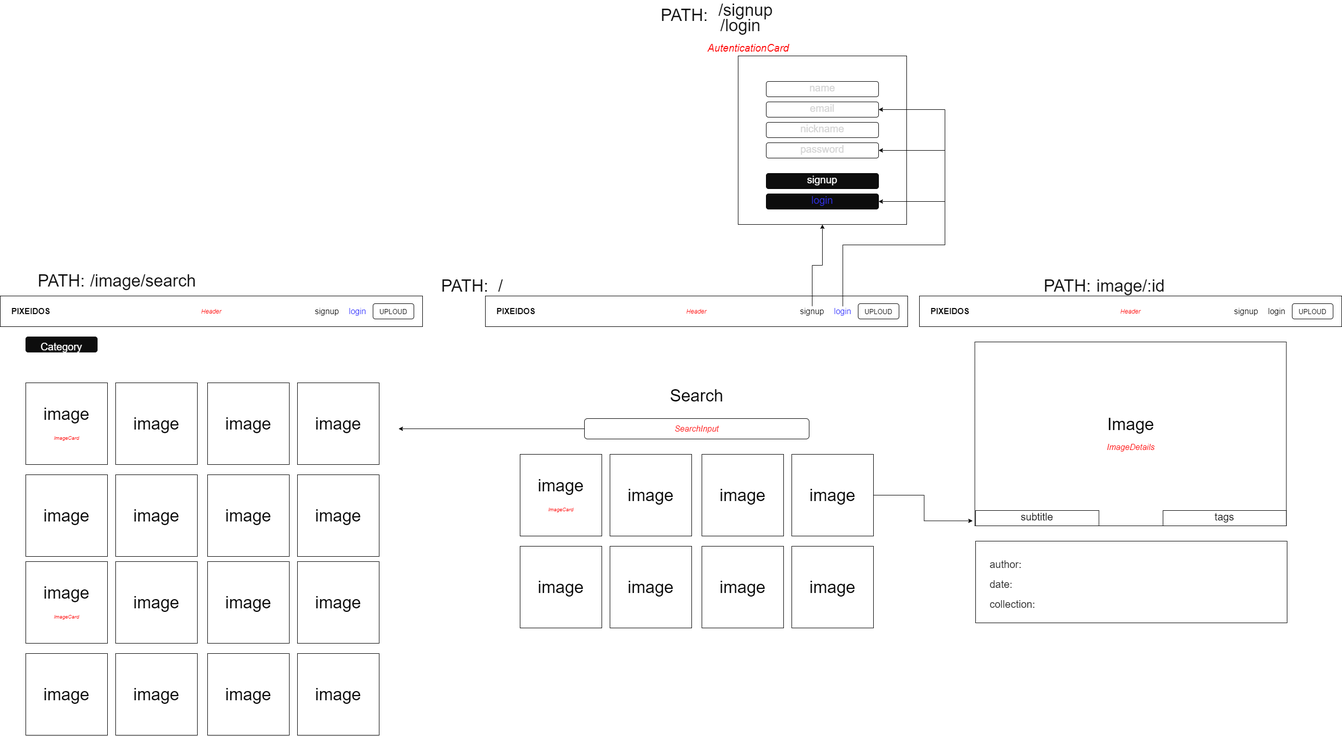
Above: src/Assents/wireframe/wireframe_pixeidos.png in indiomedeiros/pixeidos-front-end (draw.io), before the change. Source tidied: cells renumbered, new cells last; positions are measured from the earlier drawing's top-left corner, leaving out a move shared by most shapes.
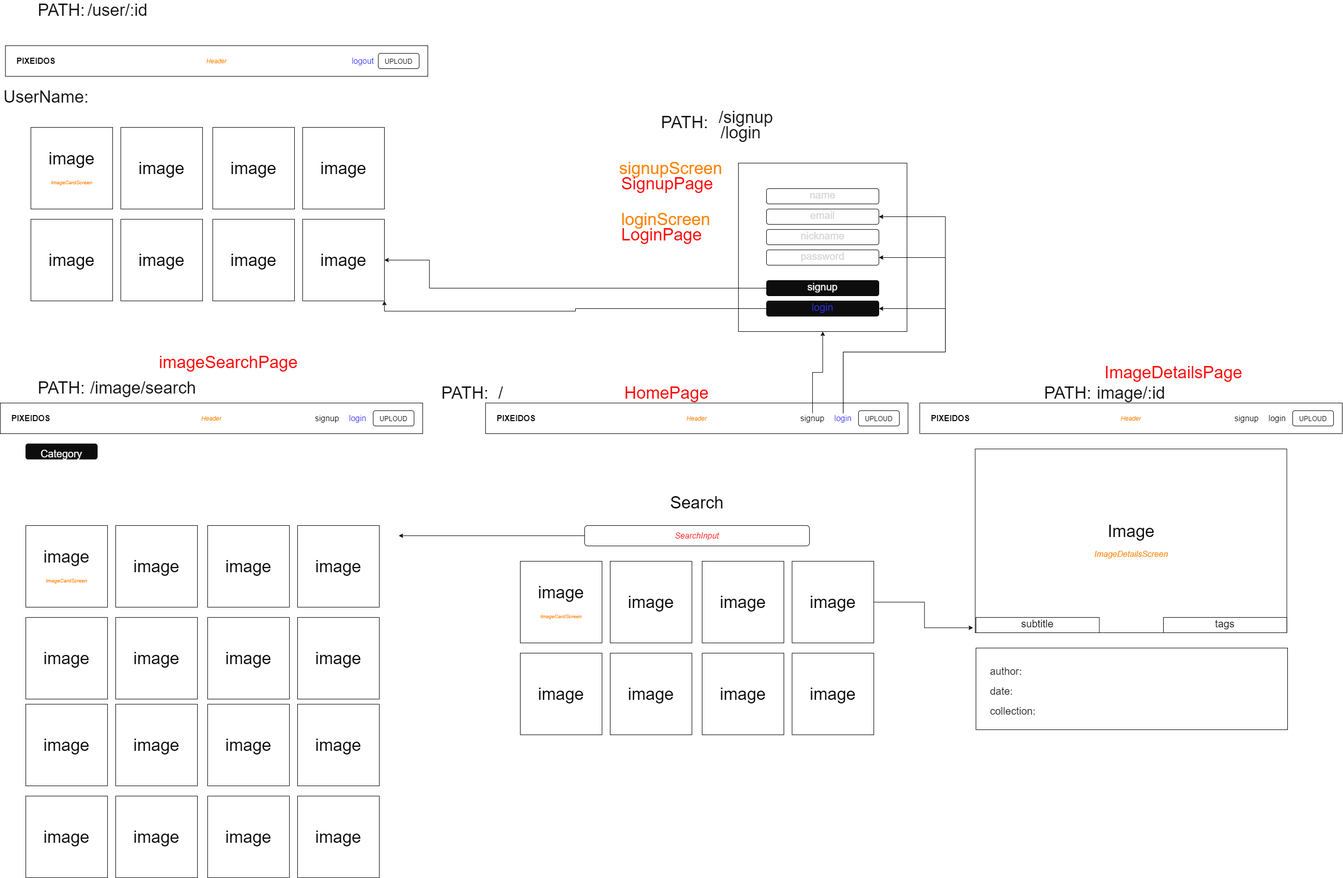
Above is the later version.

Change to the diagram source:
```diff
@@ -16,40 +16,61 @@
     <mxCell id="5" style="group;" parent="1" vertex="1">
       <mxGeometry x="1018" y="880" width="692" height="340" as="geometry" />
     </mxCell>
-    <mxCell id="6" value="image&lt;br style=&quot;font-size: 12px&quot;&gt;&lt;font size=&quot;1&quot; color=&quot;#ff0000&quot;&gt;&lt;i&gt;ImageCard&lt;/i&gt;&lt;/font&gt;" style="whiteSpace=wrap;html=1;fontSize=33;" parent="5" vertex="1">
+    <mxCell id="6" value="image&lt;br style=&quot;font-size: 12px&quot;&gt;&lt;font size=&quot;1&quot; color=&quot;#ff8000&quot;&gt;&lt;i&gt;ImageCardScreen&lt;/i&gt;&lt;/font&gt;" style="whiteSpace=wrap;html=1;fontSize=33;" parent="5" vertex="1">
       <mxGeometry width="160" height="160" as="geometry" />
     </mxCell>
     <mxCell id="7" value="image" style="whiteSpace=wrap;html=1;fontSize=33;" parent="5" vertex="1">
       <mxGeometry x="176" width="160" height="160" as="geometry" />
     </mxCell>
+    <mxCell id="13" value="image" style="whiteSpace=wrap;html=1;fontSize=33;" parent="5" vertex="1">
+      <mxGeometry x="532" y="180" width="160" height="160" as="geometry" />
+    </mxCell>
+    <mxCell id="84" value="image&lt;br style=&quot;font-size: 12px&quot;&gt;&lt;font size=&quot;1&quot; color=&quot;#ff8000&quot;&gt;&lt;i&gt;ImageCardScreen&lt;/i&gt;&lt;/font&gt;" style="whiteSpace=wrap;html=1;fontSize=33;" parent="5" vertex="1">
+      <mxGeometry width="160" height="160" as="geometry" />
+    </mxCell>
+    <mxCell id="85" value="image" style="whiteSpace=wrap;html=1;fontSize=33;" parent="5" vertex="1">
+      <mxGeometry x="532" y="180" width="160" height="160" as="geometry" />
+    </mxCell>
+    <mxCell id="86" value="image" style="whiteSpace=wrap;html=1;fontSize=33;" parent="5" vertex="1">
+      <mxGeometry x="176" width="160" height="160" as="geometry" />
+    </mxCell>
+    <mxCell id="87" style="group;" parent="5" vertex="1">
+      <mxGeometry width="692" height="340" as="geometry" />
+    </mxCell>
-    <mxCell id="8" value="image" style="whiteSpace=wrap;html=1;fontSize=33;" parent="5" vertex="1">
+    <mxCell id="8" value="image" style="whiteSpace=wrap;html=1;fontSize=33;" parent="87" vertex="1">
       <mxGeometry x="356" width="160" height="160" as="geometry" />
     </mxCell>
-    <mxCell id="9" value="image" style="whiteSpace=wrap;html=1;fontSize=33;" parent="5" vertex="1">
+    <mxCell id="9" value="image" style="whiteSpace=wrap;html=1;fontSize=33;" parent="87" vertex="1">
       <mxGeometry x="532" width="160" height="160" as="geometry" />
     </mxCell>
-    <mxCell id="10" value="image" style="whiteSpace=wrap;html=1;fontSize=33;" parent="5" vertex="1">
+    <mxCell id="10" value="image" style="whiteSpace=wrap;html=1;fontSize=33;" parent="87" vertex="1">
       <mxGeometry y="180" width="160" height="160" as="geometry" />
     </mxCell>
-    <mxCell id="11" value="image" style="whiteSpace=wrap;html=1;fontSize=33;" parent="5" vertex="1">
+    <mxCell id="11" value="image" style="whiteSpace=wrap;html=1;fontSize=33;" parent="87" vertex="1">
       <mxGeometry x="176" y="180" width="160" height="160" as="geometry" />
     </mxCell>
-    <mxCell id="12" value="image" style="whiteSpace=wrap;html=1;fontSize=33;" parent="5" vertex="1">
+    <mxCell id="12" value="image" style="whiteSpace=wrap;html=1;fontSize=33;" parent="87" vertex="1">
       <mxGeometry x="356" y="180" width="160" height="160" as="geometry" />
     </mxCell>
-    <mxCell id="13" value="image" style="whiteSpace=wrap;html=1;fontSize=33;" parent="5" vertex="1">
-      <mxGeometry x="532" y="180" width="160" height="160" as="geometry" />
-    </mxCell>
+    <mxCell id="88" value="image&lt;br style=&quot;font-size: 12px&quot;&gt;&lt;font size=&quot;1&quot; color=&quot;#ff8000&quot;&gt;&lt;i&gt;ImageCardScreen&lt;/i&gt;&lt;/font&gt;" style="whiteSpace=wrap;html=1;fontSize=33;" parent="87" vertex="1">
+      <mxGeometry width="160" height="160" as="geometry" />
+    </mxCell>
+    <mxCell id="89" value="image" style="whiteSpace=wrap;html=1;fontSize=33;" parent="87" vertex="1">
+      <mxGeometry x="532" y="180" width="160" height="160" as="geometry" />
+    </mxCell>
+    <mxCell id="90" value="image" style="whiteSpace=wrap;html=1;fontSize=33;" parent="87" vertex="1">
+      <mxGeometry x="176" width="160" height="160" as="geometry" />
+    </mxCell>
     <mxCell id="14" style="edgeStyle=orthogonalEdgeStyle;rounded=0;jettySize=auto;html=1;fontSize=33;entryX=-0.007;entryY=0.973;entryDx=0;entryDy=0;entryPerimeter=0;" parent="1" edge="1" source="9" target="15">
       <mxGeometry relative="1" as="geometry" />
     </mxCell>
-    <mxCell id="15" value="Image&lt;br&gt;&lt;i&gt;&lt;font style=&quot;font-size: 16px&quot; color=&quot;#ff0000&quot;&gt;ImageDetails&lt;/font&gt;&lt;/i&gt;" style="rounded=0;whiteSpace=wrap;html=1;fontSize=33;" parent="1" vertex="1">
+    <mxCell id="15" value="Image&lt;br&gt;&lt;i&gt;&lt;font style=&quot;font-size: 16px&quot; color=&quot;#ff8000&quot;&gt;ImageDetailsScreen&lt;/font&gt;&lt;/i&gt;" style="rounded=0;whiteSpace=wrap;html=1;fontSize=33;" parent="1" vertex="1">
       <mxGeometry x="1908.5" y="660" width="610" height="360" as="geometry" />
     </mxCell>
     <mxCell id="16" style="group;fontColor=#3333FF;" parent="1" vertex="1">
       <mxGeometry x="950" y="570" width="827" height="60" as="geometry" />
     </mxCell>
-    <mxCell id="17" value="&lt;font style=&quot;vertical-align: inherit&quot; color=&quot;#ff0000&quot;&gt;&lt;i&gt;Header&lt;/i&gt;&lt;/font&gt;" style="rounded=0;whiteSpace=wrap;html=1;" parent="16" vertex="1">
+    <mxCell id="17" value="&lt;font style=&quot;vertical-align: inherit&quot; color=&quot;#ff8000&quot;&gt;&lt;i&gt;Header&lt;/i&gt;&lt;/font&gt;" style="rounded=0;whiteSpace=wrap;html=1;" parent="16" vertex="1">
       <mxGeometry width="827" height="60" as="geometry" />
     </mxCell>
     <mxCell id="18" value="&lt;font style=&quot;vertical-align: inherit; font-size: 16px;&quot;&gt;&lt;font style=&quot;vertical-align: inherit; font-size: 16px;&quot;&gt;&lt;font style=&quot;vertical-align: inherit; font-size: 16px;&quot;&gt;&lt;font style=&quot;vertical-align: inherit; font-size: 16px;&quot;&gt;&lt;b style=&quot;font-size: 16px;&quot;&gt;PIXEIDOS&lt;/b&gt;&lt;/font&gt;&lt;/font&gt;&lt;/font&gt;&lt;/font&gt;" style="text;html=1;strokeColor=none;fillColor=none;align=center;verticalAlign=middle;whiteSpace=wrap;rounded=0;fontSize=16;" parent="16" vertex="1">
@@ -67,7 +88,7 @@
     <mxCell id="22" style="group;" parent="1" vertex="1">
       <mxGeometry x="1800" y="570" width="827" height="60" as="geometry" />
     </mxCell>
-    <mxCell id="23" value="&lt;font style=&quot;vertical-align: inherit&quot; color=&quot;#ff0000&quot;&gt;&lt;i&gt;Header&lt;/i&gt;&lt;/font&gt;" style="rounded=0;whiteSpace=wrap;html=1;" parent="22" vertex="1">
+    <mxCell id="23" value="&lt;font style=&quot;vertical-align: inherit&quot; color=&quot;#ff8000&quot;&gt;&lt;i&gt;Header&lt;/i&gt;&lt;/font&gt;" style="rounded=0;whiteSpace=wrap;html=1;" parent="22" vertex="1">
       <mxGeometry width="827" height="60" as="geometry" />
     </mxCell>
     <mxCell id="24" value="&lt;font style=&quot;vertical-align: inherit; font-size: 16px;&quot;&gt;&lt;font style=&quot;vertical-align: inherit; font-size: 16px;&quot;&gt;&lt;font style=&quot;vertical-align: inherit; font-size: 16px;&quot;&gt;&lt;font style=&quot;vertical-align: inherit; font-size: 16px;&quot;&gt;&lt;b style=&quot;font-size: 16px;&quot;&gt;PIXEIDOS&lt;/b&gt;&lt;/font&gt;&lt;/font&gt;&lt;/font&gt;&lt;/font&gt;" style="text;html=1;strokeColor=none;fillColor=none;align=center;verticalAlign=middle;whiteSpace=wrap;rounded=0;fontSize=16;" parent="22" vertex="1">
@@ -112,6 +133,14 @@
     <mxCell id="37" style="whiteSpace=wrap;html=1;" parent="1" vertex="1">
       <mxGeometry x="1445" y="100" width="330" height="330" as="geometry" />
     </mxCell>
+    <mxCell id="91" style="edgeStyle=orthogonalEdgeStyle;rounded=0;jettySize=auto;html=1;fontSize=33;fontColor=#FF0000;entryX=1;entryY=0.5;entryDx=0;entryDy=0;" parent="1" edge="1" source="38" target="100">
+      <mxGeometry relative="1" as="geometry">
+        <Array as="points">
+          <mxPoint x="840" y="345" />
+          <mxPoint x="840" y="290" />
+        </Array>
+      </mxGeometry>
+    </mxCell>
     <mxCell id="38" value="&lt;font style=&quot;font-size: 20px&quot; color=&quot;#ffffff&quot;&gt;signup&lt;/font&gt;" style="rounded=1;whiteSpace=wrap;html=1;fontSize=33;fontColor=#D4D4D4;fillColor=#0D0D0D;verticalAlign=bottom;" parent="1" vertex="1">
       <mxGeometry x="1500" y="330" width="220" height="30" as="geometry" />
     </mxCell>
@@ -139,6 +168,9 @@
         </Array>
       </mxGeometry>
     </mxCell>
+    <mxCell id="92" style="edgeStyle=orthogonalEdgeStyle;rounded=0;jettySize=auto;html=1;fontSize=33;fontColor=#FF0000;entryX=1;entryY=1;entryDx=0;entryDy=0;" parent="1" edge="1" source="45" target="100">
+      <mxGeometry relative="1" as="geometry" />
+    </mxCell>
     <mxCell id="45" value="&lt;font style=&quot;font-size: 20px&quot;&gt;login&lt;/font&gt;" style="rounded=1;whiteSpace=wrap;html=1;fontSize=33;fillColor=#0D0D0D;verticalAlign=bottom;fontColor=#3333FF;" parent="1" vertex="1">
       <mxGeometry x="1500" y="370" width="220" height="30" as="geometry" />
     </mxCell>
@@ -160,9 +192,6 @@
         </Array>
       </mxGeometry>
     </mxCell>
-    <mxCell id="48" value="&lt;font color=&quot;#ff0000&quot; style=&quot;font-size: 20px&quot;&gt;&lt;i&gt;AutenticationCard&lt;/i&gt;&lt;/font&gt;" style="text;html=1;strokeColor=none;fillColor=none;align=center;verticalAlign=middle;whiteSpace=wrap;rounded=0;labelBackgroundColor=none;fontSize=33;fontColor=#3333FF;" parent="1" vertex="1">
-      <mxGeometry x="1445" y="70" width="40" height="20" as="geometry" />
-    </mxCell>
     <mxCell id="49" value="&lt;font color=&quot;#0d0d0d&quot;&gt;image/:id&lt;/font&gt;" style="text;html=1;strokeColor=none;fillColor=none;align=center;verticalAlign=middle;whiteSpace=wrap;rounded=0;labelBackgroundColor=none;fontSize=33;fontColor=#3333FF;" parent="1" vertex="1">
       <mxGeometry x="2193.5" y="540" width="40" height="20" as="geometry" />
     </mxCell>
@@ -193,7 +222,7 @@
     <mxCell id="58" style="group;fontColor=#3333FF;" parent="1" vertex="1">
       <mxGeometry y="570" width="827" height="60" as="geometry" />
     </mxCell>
-    <mxCell id="59" value="&lt;font style=&quot;vertical-align: inherit&quot; color=&quot;#ff0000&quot;&gt;&lt;i&gt;Header&lt;/i&gt;&lt;/font&gt;" style="rounded=0;whiteSpace=wrap;html=1;" parent="58" vertex="1">
+    <mxCell id="59" value="&lt;font style=&quot;vertical-align: inherit&quot; color=&quot;#ff8000&quot;&gt;&lt;i&gt;Header&lt;/i&gt;&lt;/font&gt;" style="rounded=0;whiteSpace=wrap;html=1;" parent="58" vertex="1">
       <mxGeometry width="827" height="60" as="geometry" />
     </mxCell>
     <mxCell id="60" value="&lt;font style=&quot;vertical-align: inherit; font-size: 16px;&quot;&gt;&lt;font style=&quot;vertical-align: inherit; font-size: 16px;&quot;&gt;&lt;font style=&quot;vertical-align: inherit; font-size: 16px;&quot;&gt;&lt;font style=&quot;vertical-align: inherit; font-size: 16px;&quot;&gt;&lt;b style=&quot;font-size: 16px;&quot;&gt;PIXEIDOS&lt;/b&gt;&lt;/font&gt;&lt;/font&gt;&lt;/font&gt;&lt;/font&gt;" style="text;html=1;strokeColor=none;fillColor=none;align=center;verticalAlign=middle;whiteSpace=wrap;rounded=0;fontSize=16;" parent="58" vertex="1">
@@ -209,12 +238,12 @@
       <mxGeometry x="730" y="15" width="80" height="30" as="geometry" />
     </mxCell>
     <mxCell id="64" style="group;" parent="1" vertex="1">
-      <mxGeometry x="50" y="740" width="692" height="690" as="geometry" />
+      <mxGeometry x="50" y="810" width="1224" height="690" as="geometry" />
     </mxCell>
     <mxCell id="65" style="group;" parent="64" vertex="1">
-      <mxGeometry width="692" height="340" as="geometry" />
+      <mxGeometry width="1224" height="340" as="geometry" />
     </mxCell>
-    <mxCell id="66" value="image&lt;br style=&quot;font-size: 12px&quot;&gt;&lt;font size=&quot;1&quot; color=&quot;#ff0000&quot;&gt;&lt;i&gt;ImageCard&lt;/i&gt;&lt;/font&gt;" style="whiteSpace=wrap;html=1;fontSize=33;" parent="65" vertex="1">
+    <mxCell id="66" value="image&lt;br style=&quot;font-size: 12px&quot;&gt;&lt;i style=&quot;color: rgb(255 , 128 , 0) ; font-size: x-small&quot;&gt;ImageCardScreen&lt;/i&gt;" style="whiteSpace=wrap;html=1;fontSize=33;" parent="65" vertex="1">
       <mxGeometry width="160" height="160" as="geometry" />
     </mxCell>
     <mxCell id="67" value="image" style="whiteSpace=wrap;html=1;fontSize=33;" parent="65" vertex="1">
@@ -238,10 +267,37 @@
     <mxCell id="73" value="image" style="whiteSpace=wrap;html=1;fontSize=33;" parent="65" vertex="1">
       <mxGeometry x="532" y="180" width="160" height="160" as="geometry" />
     </mxCell>
+    <mxCell id="93" style="group;" parent="65" vertex="1">
+      <mxGeometry x="10" y="-780" width="692" height="340" as="geometry" />
+    </mxCell>
+    <mxCell id="94" value="image" style="whiteSpace=wrap;html=1;fontSize=33;" parent="93" vertex="1">
+      <mxGeometry x="356" width="160" height="160" as="geometry" />
+    </mxCell>
+    <mxCell id="95" value="image" style="whiteSpace=wrap;html=1;fontSize=33;" parent="93" vertex="1">
+      <mxGeometry x="532" width="160" height="160" as="geometry" />
+    </mxCell>
+    <mxCell id="96" value="image" style="whiteSpace=wrap;html=1;fontSize=33;" parent="93" vertex="1">
+      <mxGeometry y="180" width="160" height="160" as="geometry" />
+    </mxCell>
+    <mxCell id="97" value="image" style="whiteSpace=wrap;html=1;fontSize=33;" parent="93" vertex="1">
+      <mxGeometry x="176" y="180" width="160" height="160" as="geometry" />
+    </mxCell>
+    <mxCell id="98" value="image" style="whiteSpace=wrap;html=1;fontSize=33;" parent="93" vertex="1">
+      <mxGeometry x="356" y="180" width="160" height="160" as="geometry" />
+    </mxCell>
+    <mxCell id="99" value="image&lt;br style=&quot;font-size: 12px&quot;&gt;&lt;font size=&quot;1&quot; color=&quot;#ff8000&quot;&gt;&lt;i&gt;ImageCardScreen&lt;/i&gt;&lt;/font&gt;" style="whiteSpace=wrap;html=1;fontSize=33;" parent="93" vertex="1">
+      <mxGeometry width="160" height="160" as="geometry" />
+    </mxCell>
+    <mxCell id="100" value="image" style="whiteSpace=wrap;html=1;fontSize=33;" parent="93" vertex="1">
+      <mxGeometry x="532" y="180" width="160" height="160" as="geometry" />
+    </mxCell>
+    <mxCell id="101" value="image" style="whiteSpace=wrap;html=1;fontSize=33;" parent="93" vertex="1">
+      <mxGeometry x="176" width="160" height="160" as="geometry" />
+    </mxCell>
     <mxCell id="74" style="group;" parent="64" vertex="1">
       <mxGeometry y="350" width="692" height="340" as="geometry" />
     </mxCell>
-    <mxCell id="75" value="image&lt;br style=&quot;font-size: 12px&quot;&gt;&lt;font size=&quot;1&quot; color=&quot;#ff0000&quot;&gt;&lt;i&gt;ImageCard&lt;/i&gt;&lt;/font&gt;" style="whiteSpace=wrap;html=1;fontSize=33;" parent="74" vertex="1">
+    <mxCell id="75" value="image" style="whiteSpace=wrap;html=1;fontSize=33;" parent="74" vertex="1">
       <mxGeometry width="160" height="160" as="geometry" />
     </mxCell>
     <mxCell id="76" value="image" style="whiteSpace=wrap;html=1;fontSize=33;" parent="74" vertex="1">
@@ -268,5 +324,50 @@
     <mxCell id="83" value="&lt;font color=&quot;#ffffff&quot; style=&quot;font-size: 20px&quot;&gt;Category&lt;/font&gt;" style="rounded=1;whiteSpace=wrap;html=1;labelBackgroundColor=none;fillColor=#0D0D0D;fontSize=33;fontColor=#0D0D0D;" parent="1" vertex="1">
       <mxGeometry x="50" y="650" width="140" height="30" as="geometry" />
     </mxCell>
+    <mxCell id="102" value="signupScreen" style="text;html=1;strokeColor=none;fillColor=none;align=left;verticalAlign=middle;whiteSpace=wrap;rounded=0;labelBackgroundColor=none;fontSize=33;fontColor=#FF8000;" parent="1" vertex="1">
+      <mxGeometry x="1210" y="100" width="210" height="20" as="geometry" />
+    </mxCell>
+    <mxCell id="103" value="loginScreen" style="text;html=1;strokeColor=none;fillColor=none;align=left;verticalAlign=middle;whiteSpace=wrap;rounded=0;labelBackgroundColor=none;fontSize=33;fontColor=#FF8000;" parent="1" vertex="1">
+      <mxGeometry x="1214" y="200" width="210" height="20" as="geometry" />
+    </mxCell>
+    <mxCell id="104" value="LoginPage" style="text;html=1;strokeColor=none;fillColor=none;align=left;verticalAlign=middle;whiteSpace=wrap;rounded=0;labelBackgroundColor=none;fontSize=33;fontColor=#FF0000;" parent="1" vertex="1">
+      <mxGeometry x="1214" y="230" width="210" height="20" as="geometry" />
+    </mxCell>
+    <mxCell id="105" value="SignupPage" style="text;html=1;strokeColor=none;fillColor=none;align=left;verticalAlign=middle;whiteSpace=wrap;rounded=0;labelBackgroundColor=none;fontSize=33;fontColor=#FF0000;" parent="1" vertex="1">
+      <mxGeometry x="1214" y="130" width="210" height="20" as="geometry" />
+    </mxCell>
+    <mxCell id="106" value="HomePage" style="text;html=1;strokeColor=none;fillColor=none;align=left;verticalAlign=middle;whiteSpace=wrap;rounded=0;labelBackgroundColor=none;fontSize=33;fontColor=#FF0000;" parent="1" vertex="1">
+      <mxGeometry x="1220" y="540" width="210" height="20" as="geometry" />
+    </mxCell>
+    <mxCell id="107" value="ImageDetailsPage" style="text;html=1;strokeColor=none;fillColor=none;align=left;verticalAlign=middle;whiteSpace=wrap;rounded=0;labelBackgroundColor=none;fontSize=33;fontColor=#FF0000;" parent="1" vertex="1">
+      <mxGeometry x="2160" y="500" width="210" height="20" as="geometry" />
+    </mxCell>
+    <mxCell id="108" value="imageSearchPage" style="text;html=1;strokeColor=none;fillColor=none;align=left;verticalAlign=middle;whiteSpace=wrap;rounded=0;labelBackgroundColor=none;fontSize=33;fontColor=#FF0000;" parent="1" vertex="1">
+      <mxGeometry x="308.5" y="480" width="210" height="20" as="geometry" />
+    </mxCell>
+    <mxCell id="109" style="group;fontColor=#3333FF;" parent="1" vertex="1">
+      <mxGeometry x="10" y="-130" width="827" height="60" as="geometry" />
+    </mxCell>
+    <mxCell id="110" value="&lt;font style=&quot;vertical-align: inherit&quot; color=&quot;#ff8000&quot;&gt;&lt;i&gt;Header&lt;/i&gt;&lt;/font&gt;" style="rounded=0;whiteSpace=wrap;html=1;" parent="109" vertex="1">
+      <mxGeometry width="827" height="60" as="geometry" />
+    </mxCell>
+    <mxCell id="111" value="&lt;font style=&quot;vertical-align: inherit; font-size: 16px;&quot;&gt;&lt;font style=&quot;vertical-align: inherit; font-size: 16px;&quot;&gt;&lt;font style=&quot;vertical-align: inherit; font-size: 16px;&quot;&gt;&lt;font style=&quot;vertical-align: inherit; font-size: 16px;&quot;&gt;&lt;b style=&quot;font-size: 16px;&quot;&gt;PIXEIDOS&lt;/b&gt;&lt;/font&gt;&lt;/font&gt;&lt;/font&gt;&lt;/font&gt;" style="text;html=1;strokeColor=none;fillColor=none;align=center;verticalAlign=middle;whiteSpace=wrap;rounded=0;fontSize=16;" parent="109" vertex="1">
+      <mxGeometry x="40" y="20" width="40" height="20" as="geometry" />
+    </mxCell>
+    <mxCell id="112" value="&lt;font color=&quot;#3333ff&quot;&gt;logout&lt;/font&gt;" style="text;html=1;strokeColor=none;fillColor=none;align=center;verticalAlign=middle;whiteSpace=wrap;rounded=0;fontSize=16;" parent="109" vertex="1">
+      <mxGeometry x="680" y="20" width="40" height="20" as="geometry" />
+    </mxCell>
+    <mxCell id="113" value="&lt;font style=&quot;font-size: 13px&quot;&gt;UPLOUD&lt;/font&gt;" style="rounded=1;whiteSpace=wrap;html=1;fontSize=16;" parent="109" vertex="1">
+      <mxGeometry x="730" y="15" width="80" height="30" as="geometry" />
+    </mxCell>
+    <mxCell id="114" value="/user/:id" style="text;html=1;strokeColor=none;fillColor=none;align=center;verticalAlign=middle;whiteSpace=wrap;rounded=0;labelBackgroundColor=none;fontSize=33;fontColor=#0D0D0D;" parent="1" vertex="1">
+      <mxGeometry x="210" y="-210" width="40" height="20" as="geometry" />
+    </mxCell>
+    <mxCell id="115" value="PATH:" style="text;html=1;strokeColor=none;fillColor=none;align=center;verticalAlign=middle;whiteSpace=wrap;rounded=0;labelBackgroundColor=none;fontSize=33;fontColor=#0D0D0D;" parent="1" vertex="1">
+      <mxGeometry x="100" y="-210" width="40" height="20" as="geometry" />
+    </mxCell>
+    <mxCell id="116" value="&lt;font color=&quot;#0d0d0d&quot;&gt;UserName:&lt;/font&gt;" style="text;html=1;strokeColor=none;fillColor=none;align=center;verticalAlign=middle;whiteSpace=wrap;rounded=0;labelBackgroundColor=none;fontSize=33;fontColor=#FF0000;" parent="1" vertex="1">
+      <mxGeometry x="70" y="-40" width="40" height="20" as="geometry" />
+    </mxCell>
   </root>
 </mxGraphModel>
```
